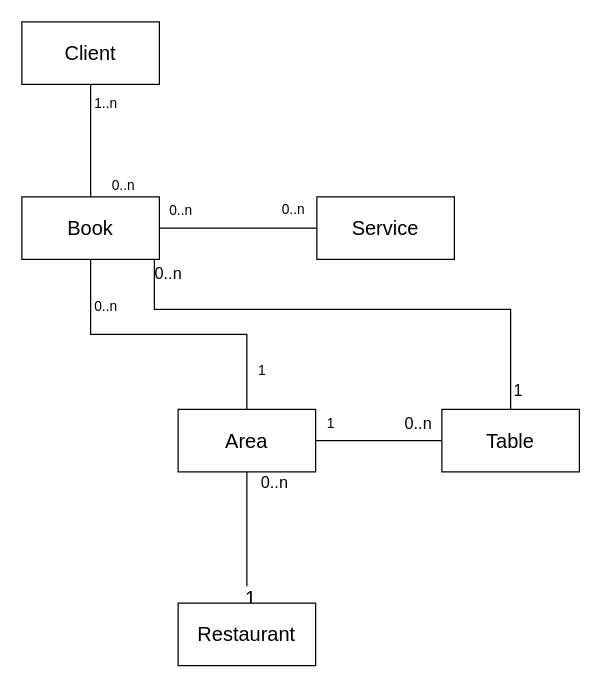
Before: page "BasicClass" (1 of 5) of models/tempus-UML.drawio in Lopez10/tempus-backend, a draw.io diagram. Source tidied: cells renumbered, new cells numbered last; positions are measured from the earlier drawing's top-left corner, leaving out a move shared by most shapes. Both pictures are drawn from the tidied source at 125%, with x=0, y=0 at pixel (21, 21).
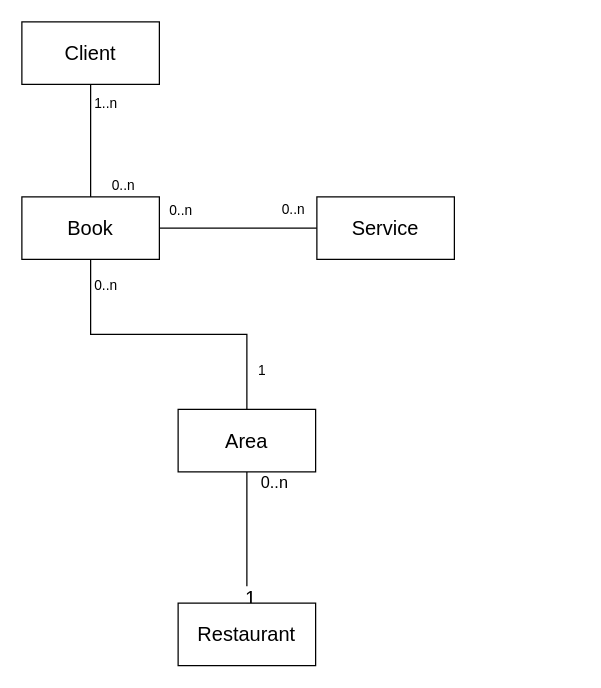
The same diagram, later.

Commit message (it also covers changes not shown here):
Delete table model

Unchanged cells that the change refers to:
```xml
<mxCell id="10" value="Book" style="html=1;whiteSpace=wrap;fontSize=16;" parent="1" vertex="1">
  <mxGeometry y="140" width="110" height="50" as="geometry" />
</mxCell>
<mxCell id="16" style="edgeStyle=orthogonalEdgeStyle;html=1;exitX=0.5;exitY=0;exitDx=0;exitDy=0;entryX=0.5;entryY=1;entryDx=0;entryDy=0;endArrow=none;endFill=0;rounded=0;" parent="1" edge="1" source="22" target="10">
  <mxGeometry relative="1" as="geometry" />
</mxCell>
<mxCell id="22" value="Area" style="html=1;whiteSpace=wrap;fontSize=16;" parent="1" vertex="1">
  <mxGeometry x="125" y="310" width="110" height="50" as="geometry" />
</mxCell>
```

Change to the diagram source:
```diff
@@
-    <mxCell id="7" style="edgeStyle=orthogonalEdgeStyle;html=1;entryX=0.5;entryY=0;entryDx=0;entryDy=0;endArrow=none;endFill=0;rounded=0;exitX=1;exitY=1;exitDx=0;exitDy=0;" parent="1" edge="1" source="10" target="25">
-      <mxGeometry relative="1" as="geometry">
-        <Array as="points">
-          <mxPoint x="106" y="190" />
-          <mxPoint x="106" y="230" />
-          <mxPoint x="391" y="230" />
-        </Array>
-      </mxGeometry>
-    </mxCell>
-    <mxCell id="8" value="1" style="edgeLabel;html=1;align=center;verticalAlign=middle;fontSize=13;" parent="7" vertex="1">
-      <mxGeometry x="0.92" y="1" relative="1" as="geometry">
-        <mxPoint x="4" as="offset" />
-      </mxGeometry>
-    </mxCell>
-    <mxCell id="9" value="0..n" style="edgeLabel;html=1;align=center;verticalAlign=middle;fontSize=13;" parent="7" vertex="1">
-      <mxGeometry x="-0.92" y="2" relative="1" as="geometry">
-        <mxPoint x="8" y="-2" as="offset" />
-      </mxGeometry>
-    </mxCell>
@@
     <mxCell id="18" value="0..n" style="edgeLabel;html=1;align=center;verticalAlign=middle;" parent="16" vertex="1">
       <mxGeometry x="0.7" y="-2" relative="1" as="geometry">
-        <mxPoint x="9" as="offset" />
+        <mxPoint x="9" y="-17" as="offset" />
       </mxGeometry>
     </mxCell>
-    <mxCell id="19" style="edgeStyle=orthogonalEdgeStyle;html=1;endArrow=none;endFill=0;" parent="1" edge="1" source="22" target="25">
-      <mxGeometry relative="1" as="geometry" />
-    </mxCell>
-    <mxCell id="20" value="1" style="edgeLabel;html=1;align=center;verticalAlign=middle;" parent="19" vertex="1">
-      <mxGeometry x="-0.78" y="2" relative="1" as="geometry">
-        <mxPoint y="-13" as="offset" />
-      </mxGeometry>
-    </mxCell>
-    <mxCell id="21" value="&lt;font style=&quot;font-size: 13px;&quot;&gt;0..n&lt;/font&gt;" style="edgeLabel;html=1;align=center;verticalAlign=middle;" parent="19" vertex="1">
-      <mxGeometry x="0.78" relative="1" as="geometry">
-        <mxPoint x="-9" y="-15" as="offset" />
-      </mxGeometry>
-    </mxCell>
@@
-    <mxCell id="25" value="Table" style="html=1;whiteSpace=wrap;fontSize=16;" parent="1" vertex="1">
-      <mxGeometry x="336" y="310" width="110" height="50" as="geometry" />
-    </mxCell>
```
